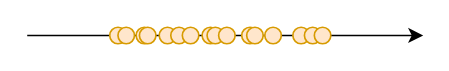
This is figures/implementation/pca/latent.drawio from oierlauzi/tfm-muit, a draw.io file, before an edit. Source tidied: cells renumbered, new cells numbered last; positions are measured from the earlier drawing's top-left corner, leaving out a move shared by most shapes. Both pictures are drawn from the tidied source at 165%, with x=0, y=0 at pixel (26, 26).
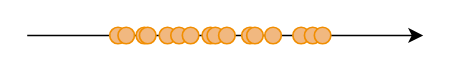
After the change.

The edit, as a diff of the source:
```diff
@@
 <mxGraphModel>
   <root>
     <mxCell id="0" />
     <mxCell id="1" parent="0" />
     <mxCell id="2" style="endArrow=classic;html=1;rounded=0;" parent="1" edge="1">
       <mxGeometry relative="1" as="geometry">
         <mxPoint y="5" as="sourcePoint" />
         <mxPoint x="240" y="5" as="targetPoint" />
       </mxGeometry>
     </mxCell>
-    <mxCell id="3" style="ellipse;whiteSpace=wrap;html=1;fillColor=#ffe6cc;strokeColor=#d79b00;" parent="1" vertex="1">
+    <mxCell id="3" style="ellipse;whiteSpace=wrap;html=1;fillColor=#F1B880;strokeColor=#f18e00;" parent="1" vertex="1">
       <mxGeometry x="50" width="10" height="10" as="geometry" />
     </mxCell>
-    <mxCell id="4" style="ellipse;whiteSpace=wrap;html=1;fillColor=#ffe6cc;strokeColor=#d79b00;" parent="1" vertex="1">
+    <mxCell id="4" style="ellipse;whiteSpace=wrap;html=1;fillColor=#F1B880;strokeColor=#f18e00;" parent="1" vertex="1">
       <mxGeometry x="55" width="10" height="10" as="geometry" />
     </mxCell>
-    <mxCell id="5" style="ellipse;whiteSpace=wrap;html=1;fillColor=#ffe6cc;strokeColor=#d79b00;" parent="1" vertex="1">
+    <mxCell id="5" style="ellipse;whiteSpace=wrap;html=1;fillColor=#F1B880;strokeColor=#f18e00;" parent="1" vertex="1">
       <mxGeometry x="80" width="10" height="10" as="geometry" />
     </mxCell>
-    <mxCell id="6" style="ellipse;whiteSpace=wrap;html=1;fillColor=#ffe6cc;strokeColor=#d79b00;" parent="1" vertex="1">
+    <mxCell id="6" style="ellipse;whiteSpace=wrap;html=1;fillColor=#F1B880;strokeColor=#f18e00;" parent="1" vertex="1">
       <mxGeometry x="87" width="10" height="10" as="geometry" />
     </mxCell>
-    <mxCell id="7" style="ellipse;whiteSpace=wrap;html=1;fillColor=#ffe6cc;strokeColor=#d79b00;" parent="1" vertex="1">
+    <mxCell id="7" style="ellipse;whiteSpace=wrap;html=1;fillColor=#F1B880;strokeColor=#f18e00;" parent="1" vertex="1">
       <mxGeometry x="66" width="10" height="10" as="geometry" />
     </mxCell>
-    <mxCell id="8" style="ellipse;whiteSpace=wrap;html=1;fillColor=#ffe6cc;strokeColor=#d79b00;" parent="1" vertex="1">
+    <mxCell id="8" style="ellipse;whiteSpace=wrap;html=1;fillColor=#F1B880;strokeColor=#f18e00;" parent="1" vertex="1">
       <mxGeometry x="94" width="10" height="10" as="geometry" />
     </mxCell>
-    <mxCell id="9" style="ellipse;whiteSpace=wrap;html=1;fillColor=#ffe6cc;strokeColor=#d79b00;" parent="1" vertex="1">
+    <mxCell id="9" style="ellipse;whiteSpace=wrap;html=1;fillColor=#F1B880;strokeColor=#f18e00;" parent="1" vertex="1">
       <mxGeometry x="68" width="10" height="10" as="geometry" />
     </mxCell>
-    <mxCell id="10" style="ellipse;whiteSpace=wrap;html=1;fillColor=#ffe6cc;strokeColor=#d79b00;" parent="1" vertex="1">
+    <mxCell id="10" style="ellipse;whiteSpace=wrap;html=1;fillColor=#F1B880;strokeColor=#f18e00;" parent="1" vertex="1">
       <mxGeometry x="106" width="10" height="10" as="geometry" />
     </mxCell>
-    <mxCell id="11" style="ellipse;whiteSpace=wrap;html=1;fillColor=#ffe6cc;strokeColor=#d79b00;" parent="1" vertex="1">
+    <mxCell id="11" style="ellipse;whiteSpace=wrap;html=1;fillColor=#F1B880;strokeColor=#f18e00;" parent="1" vertex="1">
       <mxGeometry x="109" width="10" height="10" as="geometry" />
     </mxCell>
-    <mxCell id="12" style="ellipse;whiteSpace=wrap;html=1;fillColor=#ffe6cc;strokeColor=#d79b00;" parent="1" vertex="1">
+    <mxCell id="12" style="ellipse;whiteSpace=wrap;html=1;fillColor=#F1B880;strokeColor=#f18e00;" parent="1" vertex="1">
       <mxGeometry x="130" width="10" height="10" as="geometry" />
     </mxCell>
-    <mxCell id="13" style="ellipse;whiteSpace=wrap;html=1;fillColor=#ffe6cc;strokeColor=#d79b00;" parent="1" vertex="1">
+    <mxCell id="13" style="ellipse;whiteSpace=wrap;html=1;fillColor=#F1B880;strokeColor=#f18e00;" parent="1" vertex="1">
       <mxGeometry x="133" width="10" height="10" as="geometry" />
     </mxCell>
-    <mxCell id="14" style="ellipse;whiteSpace=wrap;html=1;fillColor=#ffe6cc;strokeColor=#d79b00;" parent="1" vertex="1">
+    <mxCell id="14" style="ellipse;whiteSpace=wrap;html=1;fillColor=#F1B880;strokeColor=#f18e00;" parent="1" vertex="1">
       <mxGeometry x="116" width="10" height="10" as="geometry" />
     </mxCell>
-    <mxCell id="15" style="ellipse;whiteSpace=wrap;html=1;fillColor=#ffe6cc;strokeColor=#d79b00;" parent="1" vertex="1">
+    <mxCell id="15" style="ellipse;whiteSpace=wrap;html=1;fillColor=#F1B880;strokeColor=#f18e00;" parent="1" vertex="1">
       <mxGeometry x="144" width="10" height="10" as="geometry" />
     </mxCell>
-    <mxCell id="16" style="ellipse;whiteSpace=wrap;html=1;fillColor=#ffe6cc;strokeColor=#d79b00;" parent="1" vertex="1">
+    <mxCell id="16" style="ellipse;whiteSpace=wrap;html=1;fillColor=#F1B880;strokeColor=#f18e00;" parent="1" vertex="1">
       <mxGeometry x="161" width="10" height="10" as="geometry" />
     </mxCell>
-    <mxCell id="17" style="ellipse;whiteSpace=wrap;html=1;fillColor=#ffe6cc;strokeColor=#d79b00;" parent="1" vertex="1">
+    <mxCell id="17" style="ellipse;whiteSpace=wrap;html=1;fillColor=#F1B880;strokeColor=#f18e00;" parent="1" vertex="1">
       <mxGeometry x="168" width="10" height="10" as="geometry" />
     </mxCell>
-    <mxCell id="18" style="ellipse;whiteSpace=wrap;html=1;fillColor=#ffe6cc;strokeColor=#d79b00;" parent="1" vertex="1">
+    <mxCell id="18" style="ellipse;whiteSpace=wrap;html=1;fillColor=#F1B880;strokeColor=#f18e00;" parent="1" vertex="1">
       <mxGeometry x="174" width="10" height="10" as="geometry" />
     </mxCell>
   </root>
 </mxGraphModel>
```
